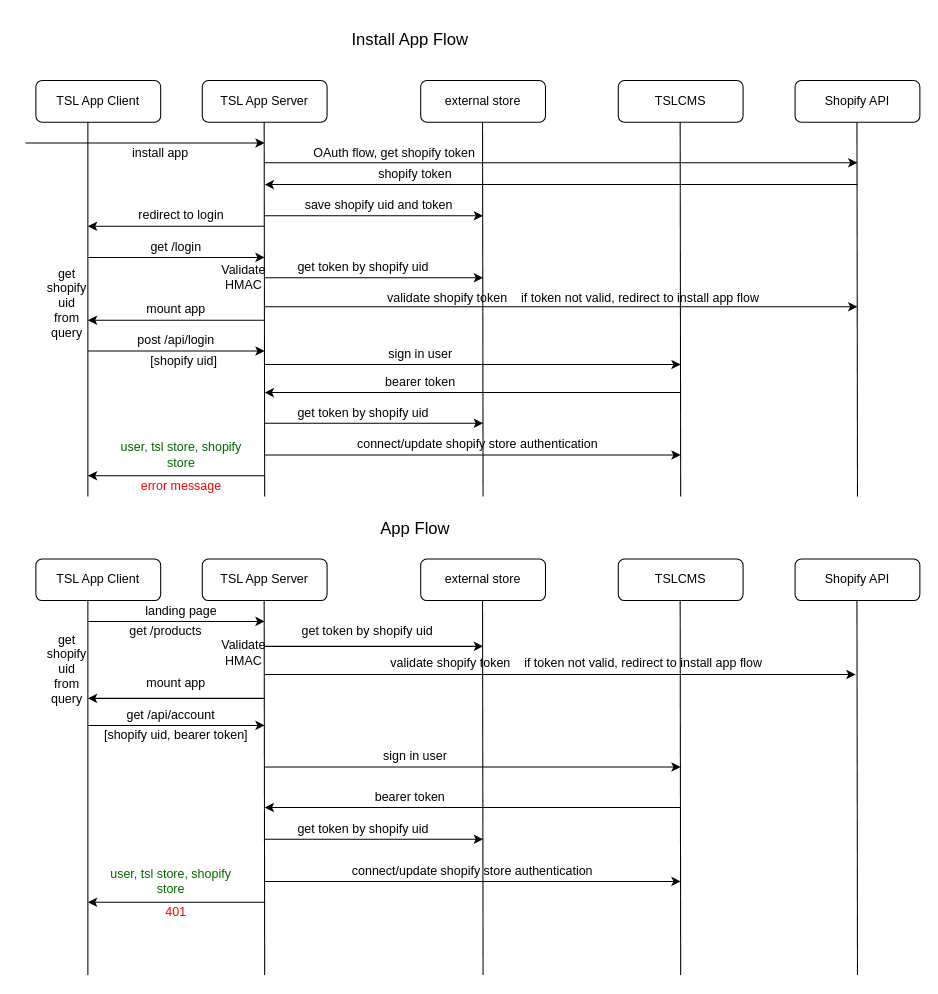
This is Untitled Diagram.drawio from alexrsunrise/diagrams, a draw.io file, before an edit. Source tidied: cells renumbered, new cells numbered last; positions are measured from the earlier drawing's top-left corner, leaving out a move shared by most shapes. Both pictures are drawn from the tidied source at 104%, with x=0, y=0 at pixel (25, 18).
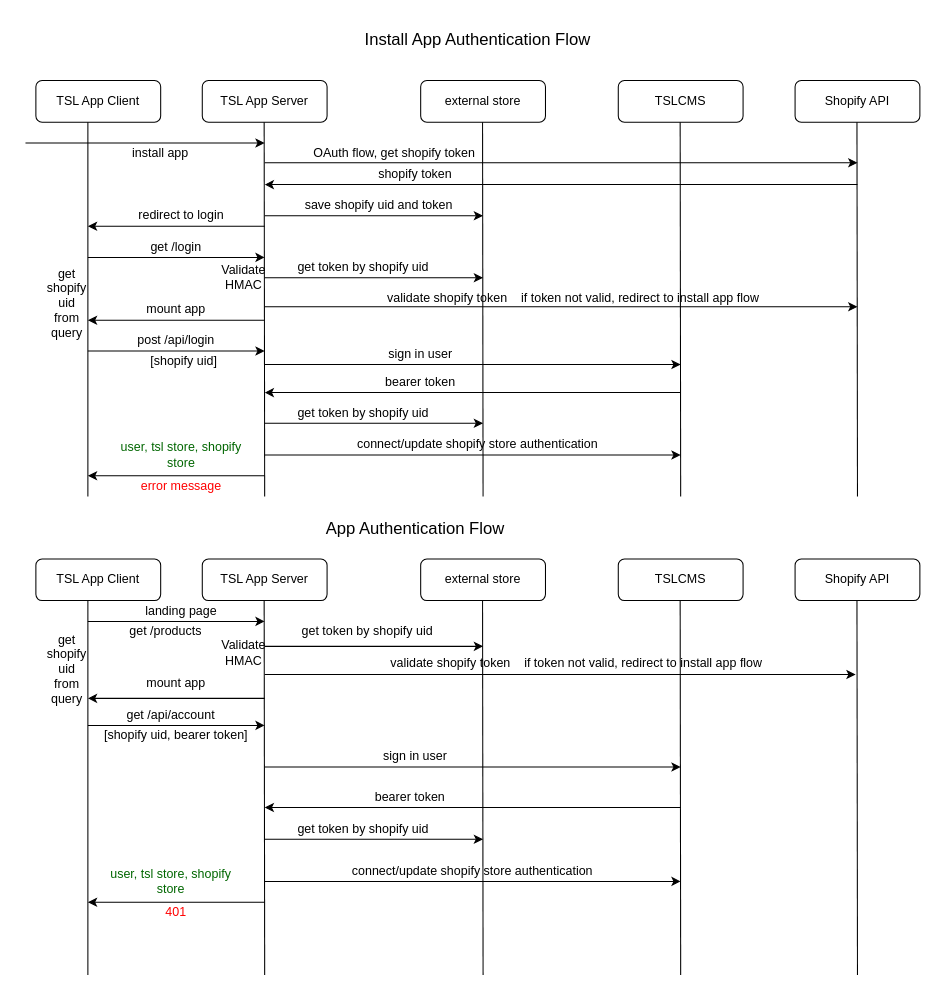
The same diagram, later.

Diff of the diagram source:
```diff
@@
-    <mxCell id="6" value="&lt;font style=&quot;font-size: 16px&quot;&gt;Install App Flow&lt;/font&gt;" style="text;html=1;strokeColor=none;fillColor=none;align=center;verticalAlign=middle;whiteSpace=wrap;rounded=0;" parent="1" vertex="1">
-      <mxGeometry x="270" width="200" height="40" as="geometry" />
+    <mxCell id="6" value="&lt;font style=&quot;font-size: 16px&quot;&gt;Install App Authentication Flow&lt;/font&gt;" style="text;html=1;strokeColor=none;fillColor=none;align=center;verticalAlign=middle;whiteSpace=wrap;rounded=0;" parent="1" vertex="1">
+      <mxGeometry x="270" width="330" height="40" as="geometry" />
     </mxCell>
@@
-    <mxCell id="47" value="&lt;font style=&quot;font-size: 16px&quot;&gt;App Flow&lt;/font&gt;" style="text;html=1;strokeColor=none;fillColor=none;align=center;verticalAlign=middle;whiteSpace=wrap;rounded=0;" parent="1" vertex="1">
+    <mxCell id="47" value="&lt;font style=&quot;font-size: 16px&quot;&gt;App Authentication Flow&lt;/font&gt;" style="text;html=1;strokeColor=none;fillColor=none;align=center;verticalAlign=middle;whiteSpace=wrap;rounded=0;" parent="1" vertex="1">
       <mxGeometry x="275" y="470" width="200" height="40" as="geometry" />
     </mxCell>
```
